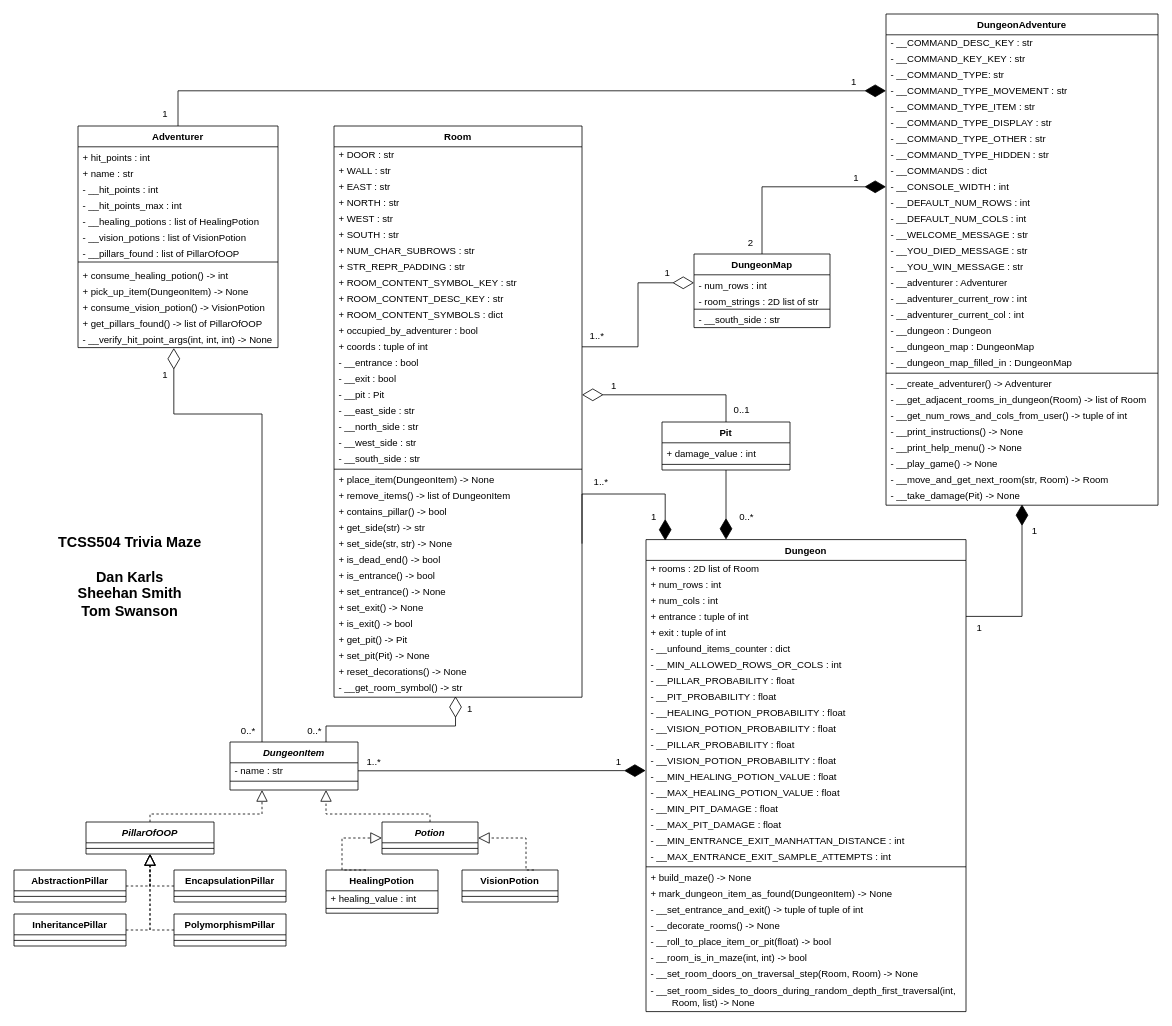
Above: doc/UML.drawio in dskarls/TCSS504-Trivia-Maze (draw.io), before the change. Source tidied: cells renumbered, new cells numbered last; positions are measured from the earlier drawing's top-left corner, leaving out a move shared by most shapes. Both pictures are drawn from the tidied source at 80%, with x=0, y=0 at pixel (14, 14).
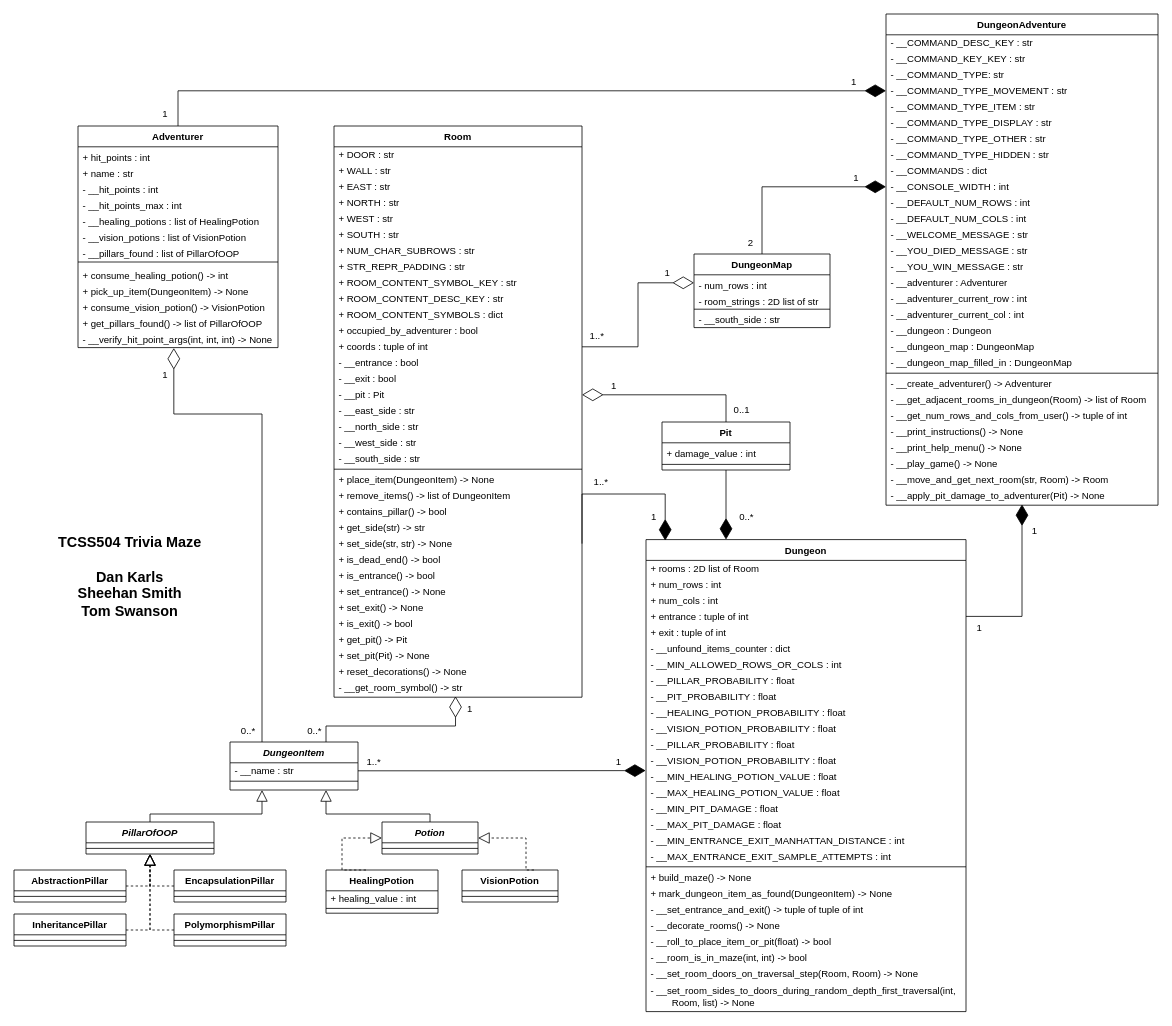
The same diagram, later.

Commit message:
DOC: Update DungeonAdventure method name in UML

The change refers to these unchanged cells:
```xml
<mxCell id="2" value="DungeonItem" style="swimlane;fontStyle=3;align=center;verticalAlign=top;horizontal=1;startSize=26;rounded=0;shadow=0;strokeWidth=1;" parent="1" vertex="1">
  <mxGeometry x="270" y="910" width="160" height="60" as="geometry" />
</mxCell>
<mxCell id="8" value="Potion" style="swimlane;fontStyle=3;align=center;verticalAlign=top;horizontal=1;startSize=26;rounded=0;shadow=0;strokeWidth=1;" parent="1" vertex="1">
  <mxGeometry x="460" y="1010" width="120" height="40" as="geometry" />
</mxCell>
<mxCell id="55" value="PillarOfOOP" style="swimlane;fontStyle=3;align=center;verticalAlign=top;horizontal=1;startSize=26;rounded=0;shadow=0;strokeWidth=1;" parent="1" vertex="1">
  <mxGeometry x="90" y="1010" width="160" height="40" as="geometry" />
</mxCell>
<mxCell id="124" value="DungeonAdventure" style="swimlane;fontStyle=1;align=center;verticalAlign=top;horizontal=1;startSize=26;" parent="1" vertex="1">
  <mxGeometry x="1090" width="340" height="614" as="geometry" />
</mxCell>
```

Diff of the diagram source:
```diff
@@
-    <mxCell id="3" value="- name : str" style="text;align=left;verticalAlign=middle;spacingLeft=4;spacingRight=4;overflow=hidden;points=[[0,0.5],[1,0.5]];portConstraint=eastwest;" parent="2" vertex="1">
+    <mxCell id="3" value="- __name : str" style="text;align=left;verticalAlign=middle;spacingLeft=4;spacingRight=4;overflow=hidden;points=[[0,0.5],[1,0.5]];portConstraint=eastwest;" parent="2" vertex="1">
       <mxGeometry y="26" width="160" height="20" as="geometry" />
     </mxCell>
@@
-    <mxCell id="21" style="endArrow=block;dashed=1;endFill=0;endSize=12;html=1;rounded=0;targetPerimeterSpacing=0;edgeStyle=orthogonalEdgeStyle;exitX=0.5;exitY=0;exitDx=0;exitDy=0;entryX=0.25;entryY=1;entryDx=0;entryDy=0;" parent="1" edge="1" source="55" target="2">
+    <mxCell id="21" style="endArrow=block;endFill=0;endSize=12;html=1;rounded=0;targetPerimeterSpacing=0;edgeStyle=orthogonalEdgeStyle;exitX=0.5;exitY=0;exitDx=0;exitDy=0;entryX=0.25;entryY=1;entryDx=0;entryDy=0;" parent="1" edge="1" source="55" target="2">
       <mxGeometry relative="1" as="geometry">
         <Array as="points">
           <mxPoint x="170" y="1000" />
           <mxPoint x="310" y="1000" />
         </Array>
       </mxGeometry>
     </mxCell>
-    <mxCell id="22" style="endArrow=block;dashed=1;endFill=0;endSize=12;html=1;rounded=0;targetPerimeterSpacing=0;edgeStyle=orthogonalEdgeStyle;entryX=0.75;entryY=1;entryDx=0;entryDy=0;exitX=0.5;exitY=0;exitDx=0;exitDy=0;" parent="1" edge="1" source="8" target="2">
+    <mxCell id="22" style="endArrow=block;endFill=0;endSize=12;html=1;rounded=0;targetPerimeterSpacing=0;edgeStyle=orthogonalEdgeStyle;entryX=0.75;entryY=1;entryDx=0;entryDy=0;exitX=0.5;exitY=0;exitDx=0;exitDy=0;" parent="1" edge="1" source="8" target="2">
       <mxGeometry relative="1" as="geometry">
         <Array as="points">
           <mxPoint x="520" y="1000" />
           <mxPoint x="390" y="1000" />
         </Array>
       </mxGeometry>
     </mxCell>
@@
-    <mxCell id="154" value="- __take_damage(Pit) -&gt; None" style="text;strokeColor=none;fillColor=none;align=left;verticalAlign=middle;spacingLeft=4;spacingRight=4;overflow=hidden;spacingBottom=3;" parent="124" vertex="1">
+    <mxCell id="154" value="- __apply_pit_damage_to_adventurer(Pit) -&gt; None" style="text;strokeColor=none;fillColor=none;align=left;verticalAlign=middle;spacingLeft=4;spacingRight=4;overflow=hidden;spacingBottom=3;" parent="124" vertex="1">
       <mxGeometry y="592" width="340" height="22" as="geometry" />
     </mxCell>
```
